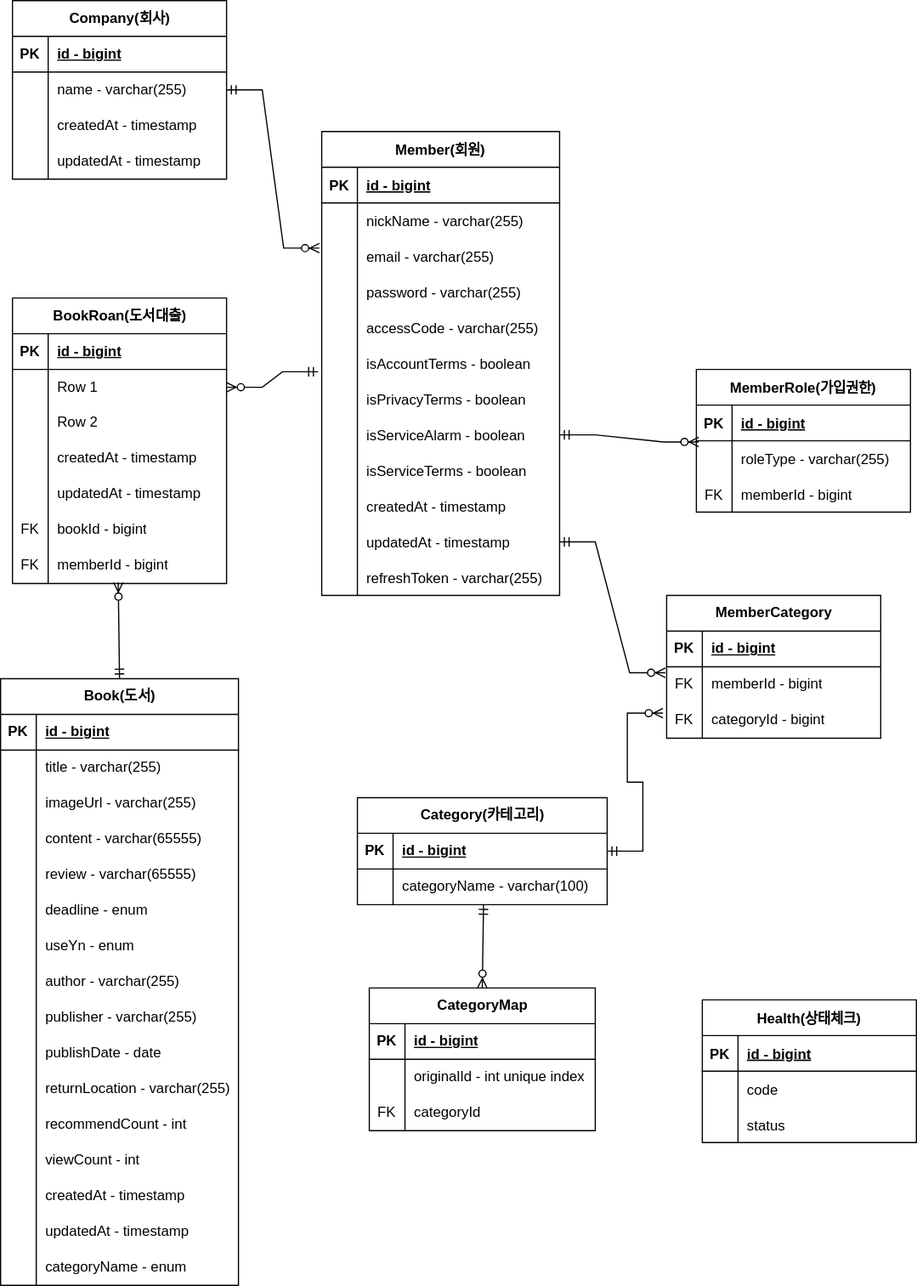
dukki-labs/litarary keeps this draw.io diagram as document/litarary.drawio.svg. Above is the earlier version. Source tidied: cells renumbered, new cells last; positions are measured from the earlier drawing's top-left corner, leaving out a move shared by most shapes.
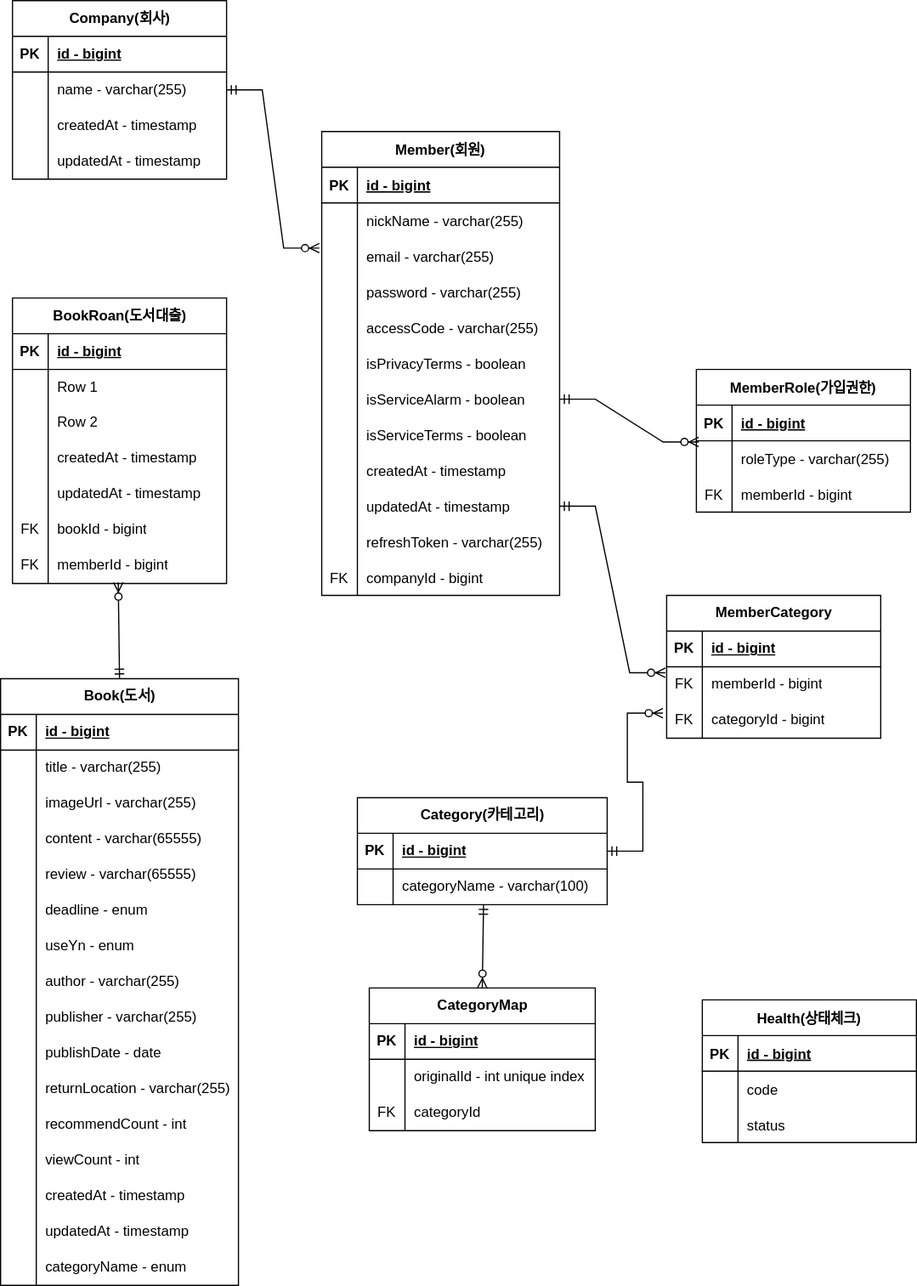
The same file after the commit.

Commit message:
Feat: [#70] ERD 누락된 FK 추가

The edit, as a diff of the source:
```diff
@@ -80,17 +80,8 @@
     <mxCell id="27" value="accessCode - varchar(255)" style="shape=partialRectangle;fillColor=none;top=0;left=0;bottom=0;right=0;align=left;spacingLeft=6;overflow=hidden;" parent="25" vertex="1">
       <mxGeometry x="30" width="170" height="30" as="geometry" />
     </mxCell>
-    <mxCell id="28" style="shape=tableRow;horizontal=0;startSize=0;swimlaneHead=0;swimlaneBody=0;fillColor=none;points=[[0,0.5],[1,0.5]];portConstraint=eastwest;top=0;left=0;right=0;bottom=0;" parent="12" vertex="1">
-      <mxGeometry y="180" width="200" height="30" as="geometry" />
-    </mxCell>
-    <mxCell id="29" style="shape=partialRectangle;fillColor=none;top=0;left=0;bottom=0;right=0;overflow=hidden;" parent="28" vertex="1">
-      <mxGeometry width="30" height="30" as="geometry" />
-    </mxCell>
-    <mxCell id="30" value="isAccountTerms - boolean" style="shape=partialRectangle;fillColor=none;top=0;left=0;bottom=0;right=0;align=left;spacingLeft=6;overflow=hidden;" parent="28" vertex="1">
-      <mxGeometry x="30" width="170" height="30" as="geometry" />
-    </mxCell>
     <mxCell id="31" style="shape=tableRow;horizontal=0;startSize=0;swimlaneHead=0;swimlaneBody=0;fillColor=none;top=0;left=0;right=0;bottom=0;" parent="12" vertex="1">
-      <mxGeometry y="210" width="200" height="30" as="geometry" />
+      <mxGeometry y="180" width="200" height="30" as="geometry" />
     </mxCell>
     <mxCell id="32" style="shape=partialRectangle;fillColor=none;top=0;left=0;bottom=0;right=0;overflow=hidden;" parent="31" vertex="1">
       <mxGeometry width="30" height="30" as="geometry" />
@@ -99,7 +90,7 @@
       <mxGeometry x="30" width="170" height="30" as="geometry" />
     </mxCell>
     <mxCell id="34" style="shape=tableRow;horizontal=0;startSize=0;swimlaneHead=0;swimlaneBody=0;fillColor=none;points=[[0,0.5],[1,0.5]];portConstraint=eastwest;top=0;left=0;right=0;bottom=0;" parent="12" vertex="1">
-      <mxGeometry y="240" width="200" height="30" as="geometry" />
+      <mxGeometry y="210" width="200" height="30" as="geometry" />
     </mxCell>
     <mxCell id="35" style="shape=partialRectangle;fillColor=none;top=0;left=0;bottom=0;right=0;overflow=hidden;" parent="34" vertex="1">
       <mxGeometry width="30" height="30" as="geometry" />
@@ -108,7 +99,7 @@
       <mxGeometry x="30" width="170" height="30" as="geometry" />
     </mxCell>
     <mxCell id="37" style="shape=tableRow;horizontal=0;startSize=0;swimlaneHead=0;swimlaneBody=0;fillColor=none;top=0;left=0;right=0;bottom=0;" parent="12" vertex="1">
-      <mxGeometry y="270" width="200" height="30" as="geometry" />
+      <mxGeometry y="240" width="200" height="30" as="geometry" />
     </mxCell>
     <mxCell id="38" style="shape=partialRectangle;fillColor=none;top=0;left=0;bottom=0;right=0;overflow=hidden;" parent="37" vertex="1">
       <mxGeometry width="30" height="30" as="geometry" />
@@ -117,7 +108,7 @@
       <mxGeometry x="30" width="170" height="30" as="geometry" />
     </mxCell>
     <mxCell id="40" style="shape=tableRow;horizontal=0;startSize=0;swimlaneHead=0;swimlaneBody=0;fillColor=none;top=0;left=0;right=0;bottom=0;" parent="12" vertex="1">
-      <mxGeometry y="300" width="200" height="30" as="geometry" />
+      <mxGeometry y="270" width="200" height="30" as="geometry" />
     </mxCell>
     <mxCell id="41" style="shape=partialRectangle;fillColor=none;top=0;left=0;bottom=0;right=0;overflow=hidden;" parent="40" vertex="1">
       <mxGeometry width="30" height="30" as="geometry" />
@@ -126,7 +117,7 @@
       <mxGeometry x="30" width="170" height="30" as="geometry" />
     </mxCell>
     <mxCell id="43" style="shape=tableRow;horizontal=0;startSize=0;swimlaneHead=0;swimlaneBody=0;fillColor=none;points=[[0,0.5],[1,0.5]];portConstraint=eastwest;top=0;left=0;right=0;bottom=0;" parent="12" vertex="1">
-      <mxGeometry y="330" width="200" height="30" as="geometry" />
+      <mxGeometry y="300" width="200" height="30" as="geometry" />
     </mxCell>
     <mxCell id="44" style="shape=partialRectangle;fillColor=none;top=0;left=0;bottom=0;right=0;overflow=hidden;" parent="43" vertex="1">
       <mxGeometry width="30" height="30" as="geometry" />
@@ -135,7 +126,7 @@
       <mxGeometry x="30" width="170" height="30" as="geometry" />
     </mxCell>
     <mxCell id="46" style="shape=tableRow;horizontal=0;startSize=0;swimlaneHead=0;swimlaneBody=0;fillColor=none;top=0;left=0;right=0;bottom=0;" parent="12" vertex="1">
-      <mxGeometry y="360" width="200" height="30" as="geometry" />
+      <mxGeometry y="330" width="200" height="30" as="geometry" />
     </mxCell>
     <mxCell id="47" style="shape=partialRectangle;fillColor=none;top=0;left=0;bottom=0;right=0;overflow=hidden;" parent="46" vertex="1">
       <mxGeometry width="30" height="30" as="geometry" />
@@ -143,6 +134,15 @@
     <mxCell id="48" value="refreshToken - varchar(255)" style="shape=partialRectangle;fillColor=none;top=0;left=0;bottom=0;right=0;align=left;spacingLeft=6;overflow=hidden;" parent="46" vertex="1">
       <mxGeometry x="30" width="170" height="30" as="geometry" />
     </mxCell>
+    <mxCell id="177" style="shape=tableRow;horizontal=0;startSize=0;swimlaneHead=0;swimlaneBody=0;fillColor=none;top=0;left=0;right=0;bottom=0;" parent="12" vertex="1">
+      <mxGeometry y="360" width="200" height="30" as="geometry" />
+    </mxCell>
+    <mxCell id="178" value="FK" style="shape=partialRectangle;fillColor=none;top=0;left=0;bottom=0;right=0;overflow=hidden;" parent="177" vertex="1">
+      <mxGeometry width="30" height="30" as="geometry" />
+    </mxCell>
+    <mxCell id="179" value="companyId - bigint" style="shape=partialRectangle;fillColor=none;top=0;left=0;bottom=0;right=0;align=left;spacingLeft=6;overflow=hidden;" parent="177" vertex="1">
+      <mxGeometry x="30" width="170" height="30" as="geometry" />
+    </mxCell>
     <mxCell id="49" value="MemberRole(가입권한)" style="shape=table;startSize=30;rowLines=0;fontStyle=1;align=center;" parent="1" vertex="1">
       <mxGeometry x="585" y="310" width="180" height="120" as="geometry" />
     </mxCell>
@@ -443,9 +443,6 @@
     <mxCell id="148" value="memberId - bigint" style="shape=partialRectangle;fillColor=none;top=0;left=0;bottom=0;right=0;align=left;spacingLeft=6;overflow=hidden;whiteSpace=wrap;html=1;" parent="146" vertex="1">
       <mxGeometry x="30" width="150" height="30" as="geometry" />
     </mxCell>
-    <mxCell id="149" style="edgeStyle=entityRelationEdgeStyle;fontSize=12;html=1;endArrow=ERzeroToMany;startArrow=ERmandOne;rounded=0;exitX=-0.015;exitY=0.733;exitDx=0;exitDy=0;exitPerimeter=0;" parent="1" edge="1" source="28" target="131">
-      <mxGeometry relative="1" as="geometry" />
-    </mxCell>
     <mxCell id="150" style="fontSize=12;html=1;endArrow=ERzeroToMany;startArrow=ERmandOne;rounded=0;entryX=0.494;entryY=0.967;entryDx=0;entryDy=0;entryPerimeter=0;exitX=0.5;exitY=0;exitDx=0;exitDy=0;" parent="1" edge="1" source="78" target="146">
       <mxGeometry relative="1" as="geometry" />
     </mxCell>
```
